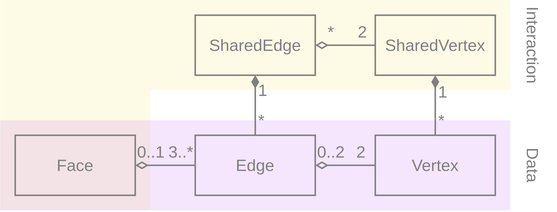
Earlier version of the draw.io export wiki/MetaMeshGraph.svg (YoanWithY/kayo). Source tidied: cells renumbered, new cells last; positions are measured from the earlier drawing's top-left corner, leaving out a move shared by most shapes.
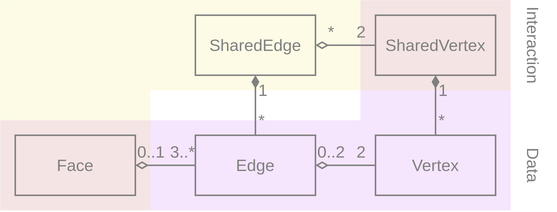
After the change.

Change to the diagram source:
```diff
@@ -2,12 +2,12 @@
   <root>
     <mxCell id="0" />
     <mxCell id="1" parent="0" />
+    <mxCell id="26" style="shape=corner;whiteSpace=wrap;html=1;labelBackgroundColor=none;fontFamily=Helvetica;fontSize=11;fontColor=#808080;dx=100;dy=60;strokeColor=none;fillColor=#A100E6;opacity=10;flipH=1;flipV=1;" parent="1" vertex="1">
+      <mxGeometry width="340" height="140" as="geometry" />
+    </mxCell>
     <mxCell id="2" style="shape=corner;whiteSpace=wrap;html=1;labelBackgroundColor=none;fontFamily=Helvetica;fontSize=11;fontColor=#808080;dx=100;dy=60;strokeColor=none;fillColor=#E6D600;opacity=10;" parent="1" vertex="1">
       <mxGeometry width="340" height="140" as="geometry" />
     </mxCell>
-    <mxCell id="3" style="rounded=0;whiteSpace=wrap;html=1;labelBackgroundColor=none;fontFamily=Helvetica;fontSize=11;fontColor=#808080;fillColor=#A100E6;opacity=10;strokeColor=none;" parent="1" vertex="1">
-      <mxGeometry y="80" width="340" height="60" as="geometry" />
-    </mxCell>
     <mxCell id="4" style="edgeStyle=orthogonalEdgeStyle;shape=connector;rounded=0;html=1;labelBackgroundColor=default;strokeColor=#808080;fontFamily=Helvetica;fontSize=11;fontColor=#808080;endArrow=none;endFill=0;startArrow=diamondThin;startFill=1;" parent="1" edge="1" source="7" target="15">
       <mxGeometry relative="1" as="geometry" />
     </mxCell>
```
